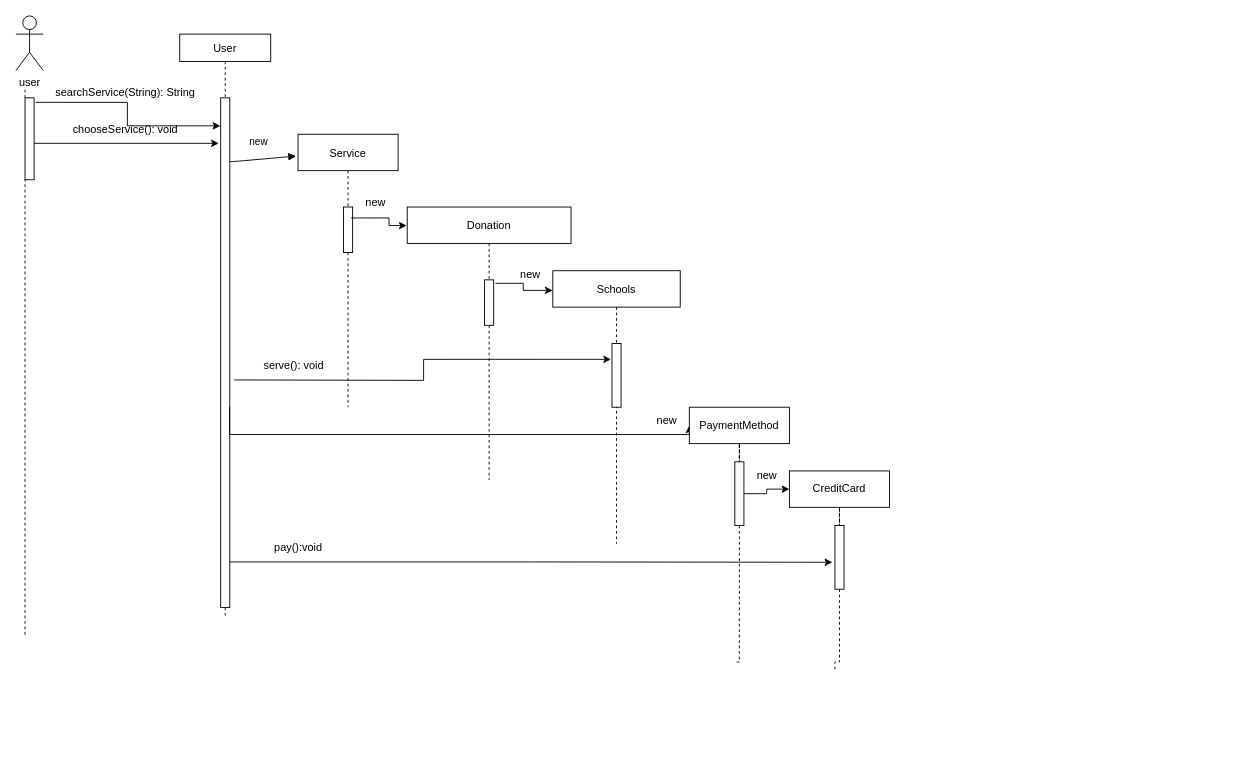
Before: serveDonationSequence.drawio in TheGhost025/Fawry-System, a draw.io diagram. Source tidied: cells renumbered, new cells numbered last; positions are measured from the earlier drawing's top-left corner, leaving out a move shared by most shapes. Both pictures are drawn from the tidied source at 91%, with x=0, y=0 at pixel (15, 15).
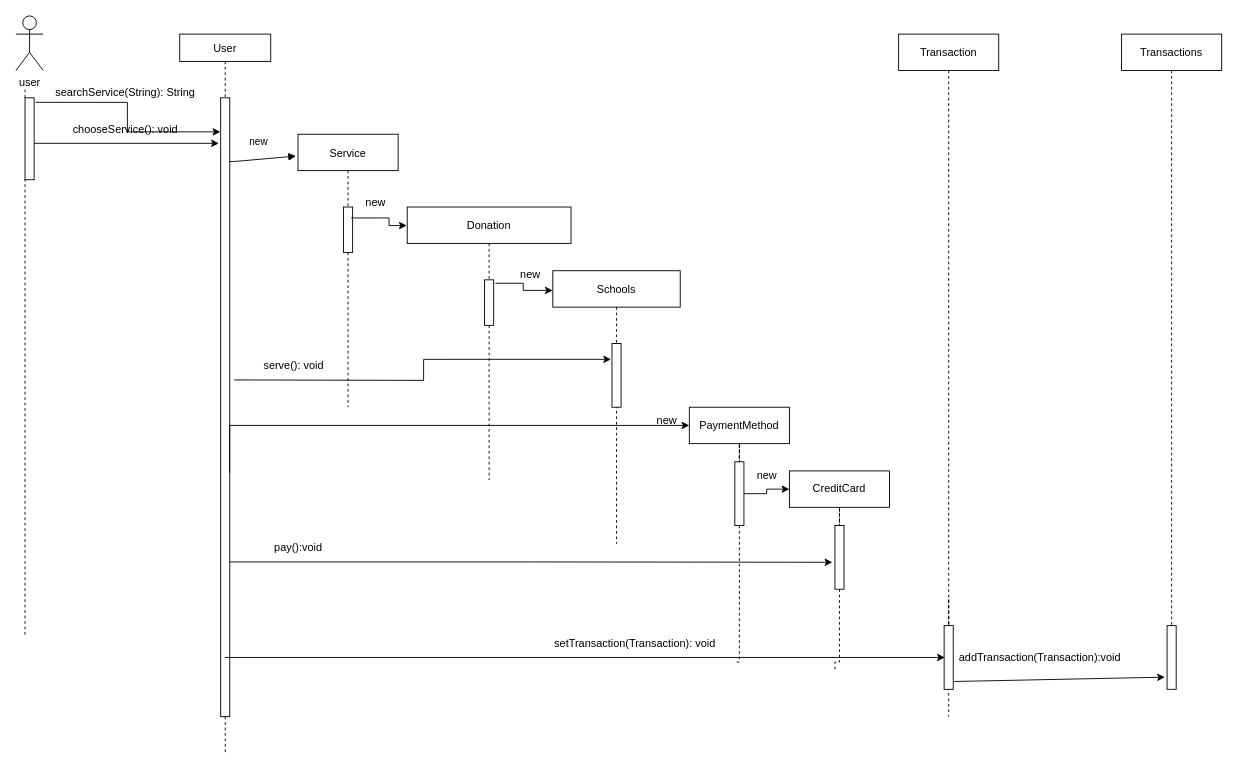
Above is the later version.

The change refers to these unchanged cells:
```xml
<mxCell id="28" value="PaymentMethod" style="rounded=0;whiteSpace=wrap;html=1;" parent="1" vertex="1">
  <mxGeometry x="740" y="430" width="110" height="40" as="geometry" />
</mxCell>
```

The edit, as a diff of the source:
```diff
@@
     <mxCell id="2" value="User" style="shape=umlLifeline;perimeter=lifelinePerimeter;rounded=0;shadow=0;strokeWidth=1;size=30;" parent="1" vertex="1">
-      <mxGeometry x="180" y="20" width="100" height="640" as="geometry" />
+      <mxGeometry x="180" y="20" width="100" height="790" as="geometry" />
     </mxCell>
     <mxCell id="3" style="points=[];perimeter=orthogonalPerimeter;rounded=0;shadow=0;strokeWidth=1;" parent="2" vertex="1">
-      <mxGeometry x="45" y="70" width="10" height="560" as="geometry" />
+      <mxGeometry x="45" y="70" width="10" height="680" as="geometry" />
     </mxCell>
@@
     <mxCell id="26" style="edgeStyle=orthogonalEdgeStyle;rounded=0;jettySize=auto;html=1;entryX=0;entryY=0.5;entryDx=0;entryDy=0;entryPerimeter=0;exitX=0.98;exitY=0.606;exitDx=0;exitDy=0;exitPerimeter=0;" parent="1" edge="1" source="3" target="28">
       <mxGeometry relative="1" as="geometry">
         <Array as="points">
-          <mxPoint x="235" y="460" />
-          <mxPoint x="740" y="460" />
+          <mxPoint x="235" y="450" />
         </Array>
       </mxGeometry>
     </mxCell>
@@
+    <mxCell id="39" style="edgeStyle=orthogonalEdgeStyle;rounded=0;jettySize=auto;html=1;endArrow=none;endFill=0;dashed=1;startArrow=none;exitX=0.5;exitY=1;exitDx=0;exitDy=0;" parent="1" edge="1" source="41">
+      <mxGeometry relative="1" as="geometry">
+        <mxPoint x="1025" y="770" as="targetPoint" />
+        <Array as="points">
+          <mxPoint x="1025" y="640" />
+          <mxPoint x="1025" y="640" />
+        </Array>
+      </mxGeometry>
+    </mxCell>
+    <mxCell id="40" value="Transaction" style="rounded=0;whiteSpace=wrap;html=1;" parent="1" vertex="1">
+      <mxGeometry x="970" y="20" width="110" height="40" as="geometry" />
+    </mxCell>
+    <mxCell id="41" style="points=[];perimeter=orthogonalPerimeter;rounded=0;shadow=0;strokeWidth=1;" parent="1" vertex="1">
+      <mxGeometry x="1020" y="670" width="10" height="70" as="geometry" />
+    </mxCell>
+    <mxCell id="42" style="edgeStyle=orthogonalEdgeStyle;rounded=0;jettySize=auto;html=1;endArrow=none;endFill=0;dashed=1;startArrow=none;exitX=0.5;exitY=1;exitDx=0;exitDy=0;" parent="1" edge="1" source="40" target="41">
+      <mxGeometry relative="1" as="geometry" />
+    </mxCell>
+    <mxCell id="43" value="Transactions" style="rounded=0;whiteSpace=wrap;html=1;" parent="1" vertex="1">
+      <mxGeometry x="1215" y="20" width="110" height="40" as="geometry" />
+    </mxCell>
+    <mxCell id="44" style="points=[];perimeter=orthogonalPerimeter;rounded=0;shadow=0;strokeWidth=1;" parent="1" vertex="1">
+      <mxGeometry x="1265" y="670" width="10" height="70" as="geometry" />
+    </mxCell>
+    <mxCell id="45" style="edgeStyle=orthogonalEdgeStyle;rounded=0;jettySize=auto;html=1;endArrow=none;endFill=0;dashed=1;startArrow=none;exitX=0.5;exitY=1;exitDx=0;exitDy=0;" parent="1" edge="1" source="43" target="44">
+      <mxGeometry relative="1" as="geometry" />
+    </mxCell>
+    <mxCell id="46" style="endArrow=classic;html=1;entryX=-0.24;entryY=0.809;entryDx=0;entryDy=0;entryPerimeter=0;exitX=1.12;exitY=0.877;exitDx=0;exitDy=0;exitPerimeter=0;" parent="1" edge="1" source="41" target="44">
+      <mxGeometry relative="1" as="geometry" />
+    </mxCell>
+    <mxCell id="47" value="addTransaction(Transaction):void" style="text;html=1;align=center;verticalAlign=middle;" parent="1" vertex="1">
+      <mxGeometry x="1030" y="695" width="190" height="20" as="geometry" />
+    </mxCell>
+    <mxCell id="48" style="endArrow=classic;html=1;entryX=0.08;entryY=0.5;entryDx=0;entryDy=0;entryPerimeter=0;" parent="1" edge="1">
+      <mxGeometry relative="1" as="geometry">
+        <mxPoint x="229.5" y="705" as="sourcePoint" />
+        <mxPoint x="1020.8" y="705" as="targetPoint" />
+      </mxGeometry>
+    </mxCell>
+    <mxCell id="49" value="setTransaction(Transaction): void" style="text;html=1;align=center;verticalAlign=middle;" parent="1" vertex="1">
+      <mxGeometry x="585" y="680" width="190" height="20" as="geometry" />
+    </mxCell>
```
